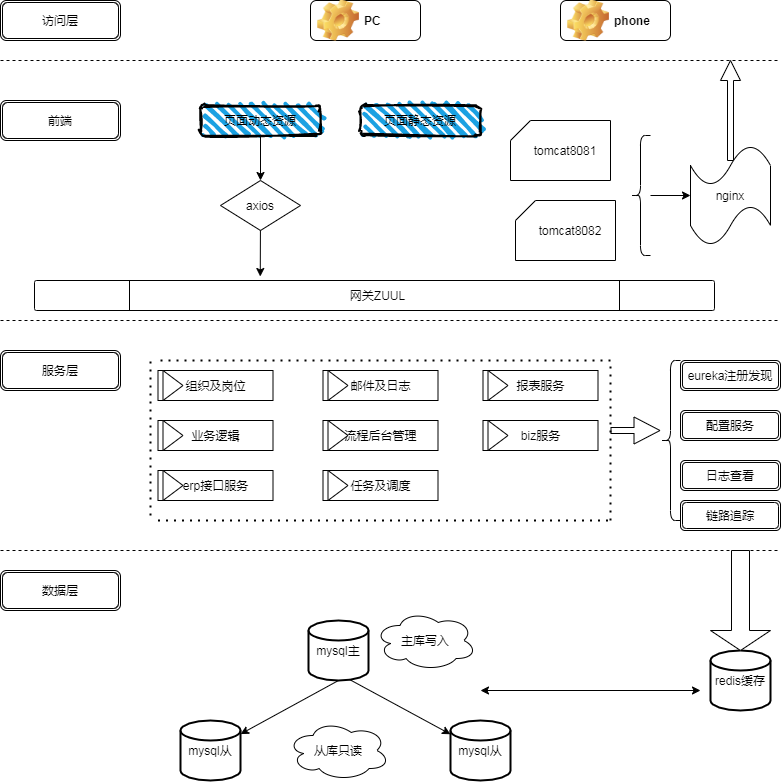
Above: BPM流程中心.png in daofuzhang/demo (draw.io), before the change. Source tidied: cells renumbered, new cells last; positions are measured from the earlier drawing's top-left corner, leaving out a move shared by most shapes.
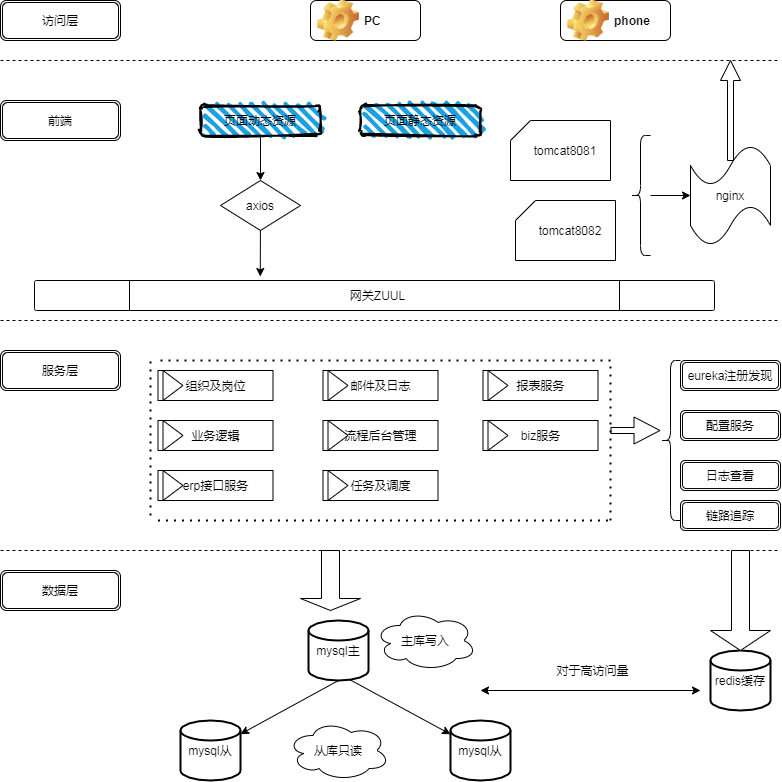
After the change.

What changed in the source:
```diff
@@ -209,5 +209,11 @@
         <mxPoint x="700" y="690" as="targetPoint" />
       </mxGeometry>
     </mxCell>
+    <mxCell id="62" value="对于高访问量" style="text;html=1;strokeColor=none;fillColor=none;align=center;verticalAlign=middle;whiteSpace=wrap;rounded=0;" parent="1" vertex="1">
+      <mxGeometry x="505" y="660" width="175" height="20" as="geometry" />
+    </mxCell>
+    <mxCell id="63" style="shape=singleArrow;direction=south;whiteSpace=wrap;html=1;" parent="1" vertex="1">
+      <mxGeometry x="300" y="550" width="60" height="60" as="geometry" />
+    </mxCell>
   </root>
 </mxGraphModel>
```
